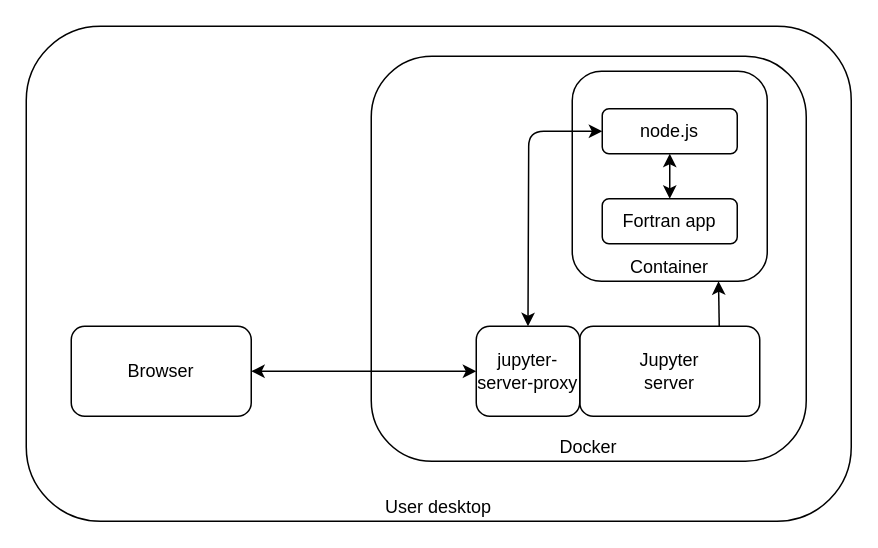
This is drawio/s397_docker_nb.dio from ouseful-demos/jupyter-architecture-diagrams, a draw.io file, before an edit. Source tidied: cells renumbered, new cells numbered last; positions are measured from the earlier drawing's top-left corner, leaving out a move shared by most shapes. Both pictures are drawn from the tidied source at 150%, with x=0, y=0 at pixel (26, 26).
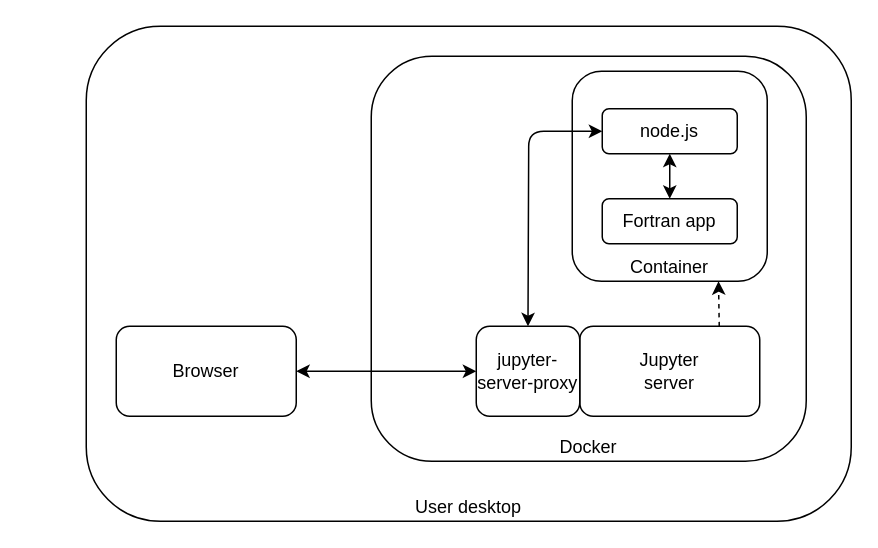
Above is the later version.

Change to the diagram source:
```diff
@@
 <mxGraphModel>
   <root>
     <mxCell id="0" />
     <mxCell id="1" parent="0" />
     <mxCell id="2" value="User desktop" style="rounded=1;whiteSpace=wrap;html=1;verticalAlign=bottom;" parent="1" vertex="1">
-      <mxGeometry width="550" height="330" as="geometry" />
+      <mxGeometry x="40" width="510" height="330" as="geometry" />
     </mxCell>
     <mxCell id="3" value="Docker" style="rounded=1;whiteSpace=wrap;html=1;verticalAlign=bottom;" parent="1" vertex="1">
       <mxGeometry x="230" y="20" width="290" height="270" as="geometry" />
     </mxCell>
     <mxCell id="4" value="Browser" style="rounded=1;whiteSpace=wrap;html=1;" parent="1" vertex="1">
-      <mxGeometry x="30" y="200" width="120" height="60" as="geometry" />
+      <mxGeometry x="60" y="200" width="120" height="60" as="geometry" />
     </mxCell>
     <mxCell id="5" value="Container" style="rounded=1;whiteSpace=wrap;html=1;verticalAlign=bottom;" parent="1" vertex="1">
       <mxGeometry x="364" y="30" width="130" height="140" as="geometry" />
     </mxCell>
     <mxCell id="6" value="node.js" style="rounded=1;whiteSpace=wrap;html=1;" parent="1" vertex="1">
       <mxGeometry x="384" y="55" width="90" height="30" as="geometry" />
     </mxCell>
     <mxCell id="7" value="Fortran app" style="rounded=1;whiteSpace=wrap;html=1;" parent="1" vertex="1">
       <mxGeometry x="384" y="115" width="90" height="30" as="geometry" />
     </mxCell>
     <mxCell id="8" style="endArrow=classic;startArrow=classic;html=1;entryX=0.5;entryY=1;entryDx=0;entryDy=0;exitX=0.5;exitY=0;exitDx=0;exitDy=0;" parent="1" edge="1" source="7" target="6">
       <mxGeometry relative="1" as="geometry" />
     </mxCell>
     <mxCell id="9" style="endArrow=classic;startArrow=classic;html=1;entryX=0;entryY=0.5;entryDx=0;entryDy=0;exitX=1;exitY=0.5;exitDx=0;exitDy=0;" parent="1" edge="1" source="4" target="11">
       <mxGeometry relative="1" as="geometry" />
     </mxCell>
     <mxCell id="10" value="Jupyter&lt;br&gt;server&lt;br&gt;" style="rounded=1;whiteSpace=wrap;html=1;" parent="1" vertex="1">
       <mxGeometry x="369" y="200" width="120" height="60" as="geometry" />
     </mxCell>
     <mxCell id="11" value="jupyter-server-proxy" style="rounded=1;whiteSpace=wrap;html=1;" parent="1" vertex="1">
       <mxGeometry x="300" y="200" width="69" height="60" as="geometry" />
     </mxCell>
     <mxCell id="12" style="endArrow=classic;startArrow=classic;html=1;entryX=0;entryY=0.5;entryDx=0;entryDy=0;exitX=0.5;exitY=0;exitDx=0;exitDy=0;" parent="1" edge="1" source="11" target="6">
       <mxGeometry relative="1" as="geometry">
         <Array as="points">
           <mxPoint x="335" y="70" />
         </Array>
       </mxGeometry>
     </mxCell>
-    <mxCell id="13" style="endArrow=classic;html=1;entryX=0.75;entryY=1;entryDx=0;entryDy=0;exitX=0.8;exitY=0.667;exitDx=0;exitDy=0;exitPerimeter=0;" parent="1" edge="1" source="3" target="5">
+    <mxCell id="13" style="endArrow=classic;html=1;entryX=0.75;entryY=1;entryDx=0;entryDy=0;exitX=0.8;exitY=0.667;exitDx=0;exitDy=0;exitPerimeter=0;dashed=1;" parent="1" edge="1" source="3" target="5">
       <mxGeometry relative="1" as="geometry" />
     </mxCell>
   </root>
 </mxGraphModel>
```
